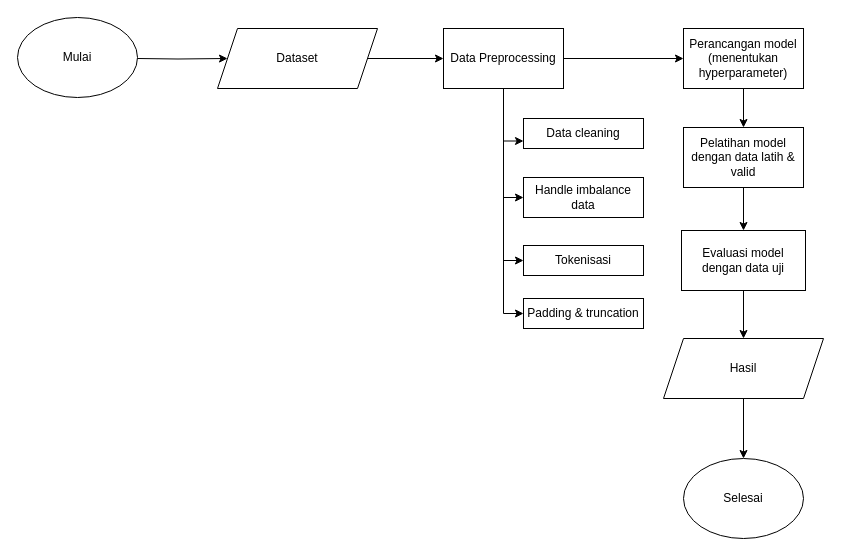
This is Untitled Diagram.drawio from meisyareptiana/design_database, a draw.io file, before an edit. Source tidied: cells renumbered, new cells numbered last; positions are measured from the earlier drawing's top-left corner, leaving out a move shared by most shapes. Both pictures are drawn from the tidied source at 100%, with x=0, y=0 at pixel (17, 17).
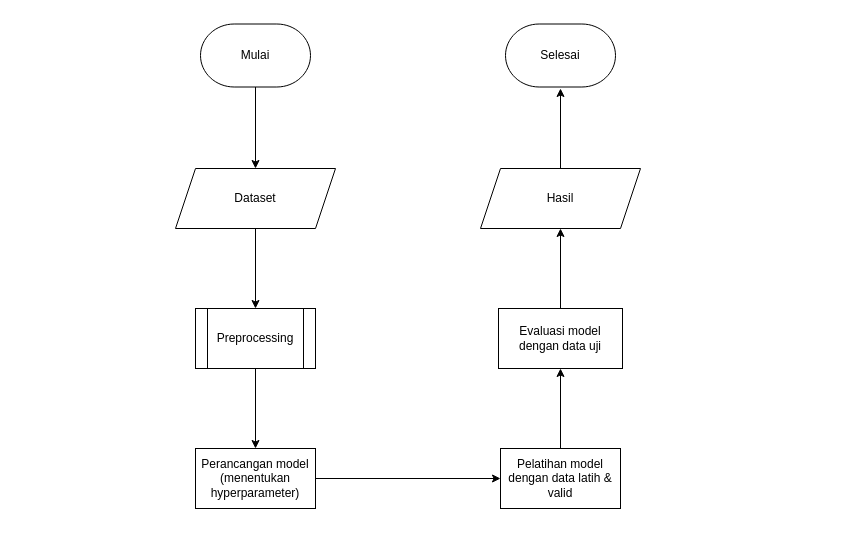
The same page after the edit.

Change to the diagram source:
```diff
@@
-    <mxCell id="2" style="edgeStyle=orthogonalEdgeStyle;rounded=0;jettySize=auto;html=1;entryX=0;entryY=0.5;entryDx=0;entryDy=0;" parent="1" edge="1" target="5">
-      <mxGeometry relative="1" as="geometry">
-        <mxPoint x="120" y="41" as="sourcePoint" />
-      </mxGeometry>
-    </mxCell>
-    <mxCell id="3" value="Mulai" style="ellipse;whiteSpace=wrap;html=1;" parent="1" vertex="1">
-      <mxGeometry width="120" height="80" as="geometry" />
-    </mxCell>
-    <mxCell id="4" style="edgeStyle=orthogonalEdgeStyle;rounded=0;jettySize=auto;html=1;entryX=0;entryY=0.5;entryDx=0;entryDy=0;" parent="1" edge="1" source="5" target="11">
-      <mxGeometry relative="1" as="geometry" />
-    </mxCell>
+    <mxCell id="25" style="edgeStyle=orthogonalEdgeStyle;rounded=0;jettySize=auto;html=1;" parent="1" edge="1" source="5" target="28">
+      <mxGeometry relative="1" as="geometry" />
+    </mxCell>
     <mxCell id="5" value="Dataset" style="shape=parallelogram;perimeter=parallelogramPerimeter;whiteSpace=wrap;html=1;fixedSize=1;" parent="1" vertex="1">
-      <mxGeometry x="200" y="11" width="160" height="60" as="geometry" />
+      <mxGeometry x="158" y="151" width="160" height="60" as="geometry" />
     </mxCell>
-    <mxCell id="6" style="edgeStyle=orthogonalEdgeStyle;rounded=0;jettySize=auto;html=1;entryX=0;entryY=0.5;entryDx=0;entryDy=0;" parent="1" edge="1" source="11" target="13">
-      <mxGeometry relative="1" as="geometry" />
-    </mxCell>
-    <mxCell id="7" style="edgeStyle=orthogonalEdgeStyle;rounded=0;jettySize=auto;html=1;entryX=0;entryY=0.75;entryDx=0;entryDy=0;" parent="1" edge="1" source="11" target="21">
-      <mxGeometry relative="1" as="geometry" />
-    </mxCell>
-    <mxCell id="8" style="edgeStyle=orthogonalEdgeStyle;rounded=0;jettySize=auto;html=1;entryX=0;entryY=0.5;entryDx=0;entryDy=0;" parent="1" edge="1" source="11" target="22">
-      <mxGeometry relative="1" as="geometry" />
-    </mxCell>
-    <mxCell id="9" style="edgeStyle=orthogonalEdgeStyle;rounded=0;jettySize=auto;html=1;entryX=0;entryY=0.5;entryDx=0;entryDy=0;" parent="1" edge="1" source="11" target="23">
-      <mxGeometry relative="1" as="geometry" />
-    </mxCell>
-    <mxCell id="10" style="edgeStyle=orthogonalEdgeStyle;rounded=0;jettySize=auto;html=1;entryX=0;entryY=0.5;entryDx=0;entryDy=0;" parent="1" edge="1" source="11" target="24">
-      <mxGeometry relative="1" as="geometry" />
-    </mxCell>
-    <mxCell id="11" value="Data Preprocessing" style="rounded=0;whiteSpace=wrap;html=1;" parent="1" vertex="1">
-      <mxGeometry x="426" y="11" width="120" height="60" as="geometry" />
-    </mxCell>
-    <mxCell id="12" style="edgeStyle=orthogonalEdgeStyle;rounded=0;jettySize=auto;html=1;" parent="1" edge="1" source="13" target="15">
+    <mxCell id="12" style="edgeStyle=orthogonalEdgeStyle;rounded=0;jettySize=auto;html=1;entryX=0;entryY=0.5;entryDx=0;entryDy=0;" parent="1" edge="1" source="13" target="15">
       <mxGeometry relative="1" as="geometry" />
     </mxCell>
     <mxCell id="13" value="Perancangan model&lt;div&gt;(menentukan hyperparameter)&lt;/div&gt;" style="rounded=0;whiteSpace=wrap;html=1;" parent="1" vertex="1">
-      <mxGeometry x="666" y="11" width="120" height="60" as="geometry" />
+      <mxGeometry x="178" y="431" width="120" height="60" as="geometry" />
     </mxCell>
-    <mxCell id="14" style="edgeStyle=orthogonalEdgeStyle;rounded=0;jettySize=auto;html=1;entryX=0.5;entryY=0;entryDx=0;entryDy=0;" parent="1" edge="1" source="15" target="17">
+    <mxCell id="14" style="edgeStyle=orthogonalEdgeStyle;rounded=0;jettySize=auto;html=1;entryX=0.5;entryY=1;entryDx=0;entryDy=0;" parent="1" edge="1" source="15" target="17">
       <mxGeometry relative="1" as="geometry" />
     </mxCell>
     <mxCell id="15" value="Pelatihan model dengan data latih &amp;amp; valid" style="rounded=0;whiteSpace=wrap;html=1;" parent="1" vertex="1">
-      <mxGeometry x="666" y="110" width="120" height="60" as="geometry" />
+      <mxGeometry x="483" y="431" width="120" height="60" as="geometry" />
     </mxCell>
-    <mxCell id="16" style="edgeStyle=orthogonalEdgeStyle;rounded=0;jettySize=auto;html=1;entryX=0.5;entryY=0;entryDx=0;entryDy=0;" parent="1" edge="1" source="17" target="19">
+    <mxCell id="16" style="edgeStyle=orthogonalEdgeStyle;rounded=0;jettySize=auto;html=1;entryX=0.5;entryY=1;entryDx=0;entryDy=0;" parent="1" edge="1" source="17" target="19">
       <mxGeometry relative="1" as="geometry" />
     </mxCell>
     <mxCell id="17" value="Evaluasi model dengan data uji" style="rounded=0;whiteSpace=wrap;html=1;" parent="1" vertex="1">
-      <mxGeometry x="664" y="213" width="124" height="60" as="geometry" />
+      <mxGeometry x="481" y="291" width="124" height="60" as="geometry" />
     </mxCell>
-    <mxCell id="18" style="edgeStyle=orthogonalEdgeStyle;rounded=0;jettySize=auto;html=1;" parent="1" edge="1" source="19" target="20">
-      <mxGeometry relative="1" as="geometry" />
-    </mxCell>
+    <mxCell id="26" style="edgeStyle=orthogonalEdgeStyle;rounded=0;jettySize=auto;html=1;" parent="1" edge="1" source="19">
+      <mxGeometry relative="1" as="geometry">
+        <mxPoint x="543" y="71" as="targetPoint" />
+      </mxGeometry>
+    </mxCell>
     <mxCell id="19" value="Hasil" style="shape=parallelogram;perimeter=parallelogramPerimeter;whiteSpace=wrap;html=1;fixedSize=1;" parent="1" vertex="1">
-      <mxGeometry x="646" y="321" width="160" height="60" as="geometry" />
+      <mxGeometry x="463" y="151" width="160" height="60" as="geometry" />
     </mxCell>
+    <mxCell id="27" style="edgeStyle=orthogonalEdgeStyle;rounded=0;jettySize=auto;html=1;" parent="1" edge="1" source="28" target="13">
+      <mxGeometry relative="1" as="geometry" />
+    </mxCell>
+    <mxCell id="28" value="Preprocessing" style="shape=process;whiteSpace=wrap;html=1;backgroundOutline=1;" parent="1" vertex="1">
+      <mxGeometry x="178" y="291" width="120" height="60" as="geometry" />
+    </mxCell>
+    <mxCell id="29" style="edgeStyle=orthogonalEdgeStyle;rounded=0;jettySize=auto;html=1;entryX=0.5;entryY=0;entryDx=0;entryDy=0;" parent="1" edge="1" source="3" target="5">
+      <mxGeometry relative="1" as="geometry" />
+    </mxCell>
+    <mxCell id="3" value="Mulai" style="fixedSize=1;html=1;shape=mxgraph.flowchart.terminator;whiteSpace=wrap;" parent="1" vertex="1">
+      <mxGeometry x="183" y="6.5" width="110" height="63" as="geometry" />
+    </mxCell>
-    <mxCell id="20" value="Selesai" style="ellipse;whiteSpace=wrap;html=1;" parent="1" vertex="1">
-      <mxGeometry x="666" y="441" width="120" height="80" as="geometry" />
+    <mxCell id="20" value="Selesai" style="fixedSize=1;html=1;shape=mxgraph.flowchart.terminator;whiteSpace=wrap;" parent="1" vertex="1">
+      <mxGeometry x="488" y="6.5" width="110" height="63" as="geometry" />
     </mxCell>
-    <mxCell id="21" value="Data cleaning" style="rounded=0;whiteSpace=wrap;html=1;" parent="1" vertex="1">
-      <mxGeometry x="506" y="101" width="120" height="30" as="geometry" />
-    </mxCell>
-    <mxCell id="22" value="Handle imbalance data" style="rounded=0;whiteSpace=wrap;html=1;" parent="1" vertex="1">
-      <mxGeometry x="506" y="160" width="120" height="40" as="geometry" />
-    </mxCell>
-    <mxCell id="23" value="Tokenisasi" style="rounded=0;whiteSpace=wrap;html=1;" parent="1" vertex="1">
-      <mxGeometry x="506" y="228" width="120" height="30" as="geometry" />
-    </mxCell>
-    <mxCell id="24" value="Padding &amp;amp; truncation" style="rounded=0;whiteSpace=wrap;html=1;" parent="1" vertex="1">
-      <mxGeometry x="506" y="281" width="120" height="30" as="geometry" />
-    </mxCell>
```
